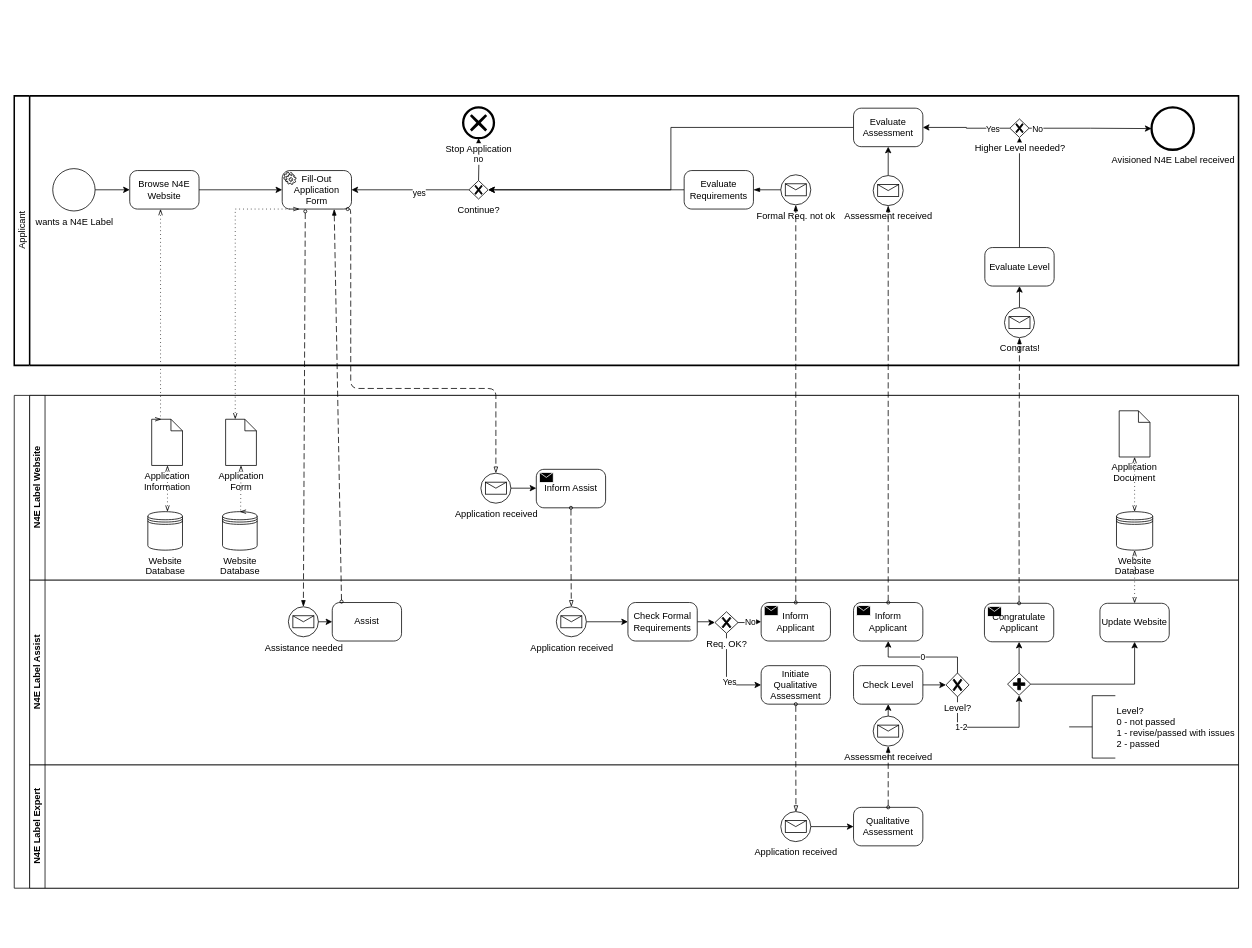
geyslein/NFDI4Earth-Label keeps this draw.io diagram as Application_Workflow.drawio. Above is the earlier version. Source tidied: cells renumbered, new cells numbered last; positions are measured from the earlier drawing's top-left corner, leaving out a move shared by most shapes. Both pictures are drawn from the tidied source at 77%, with x=0, y=0 at pixel (14, 95).
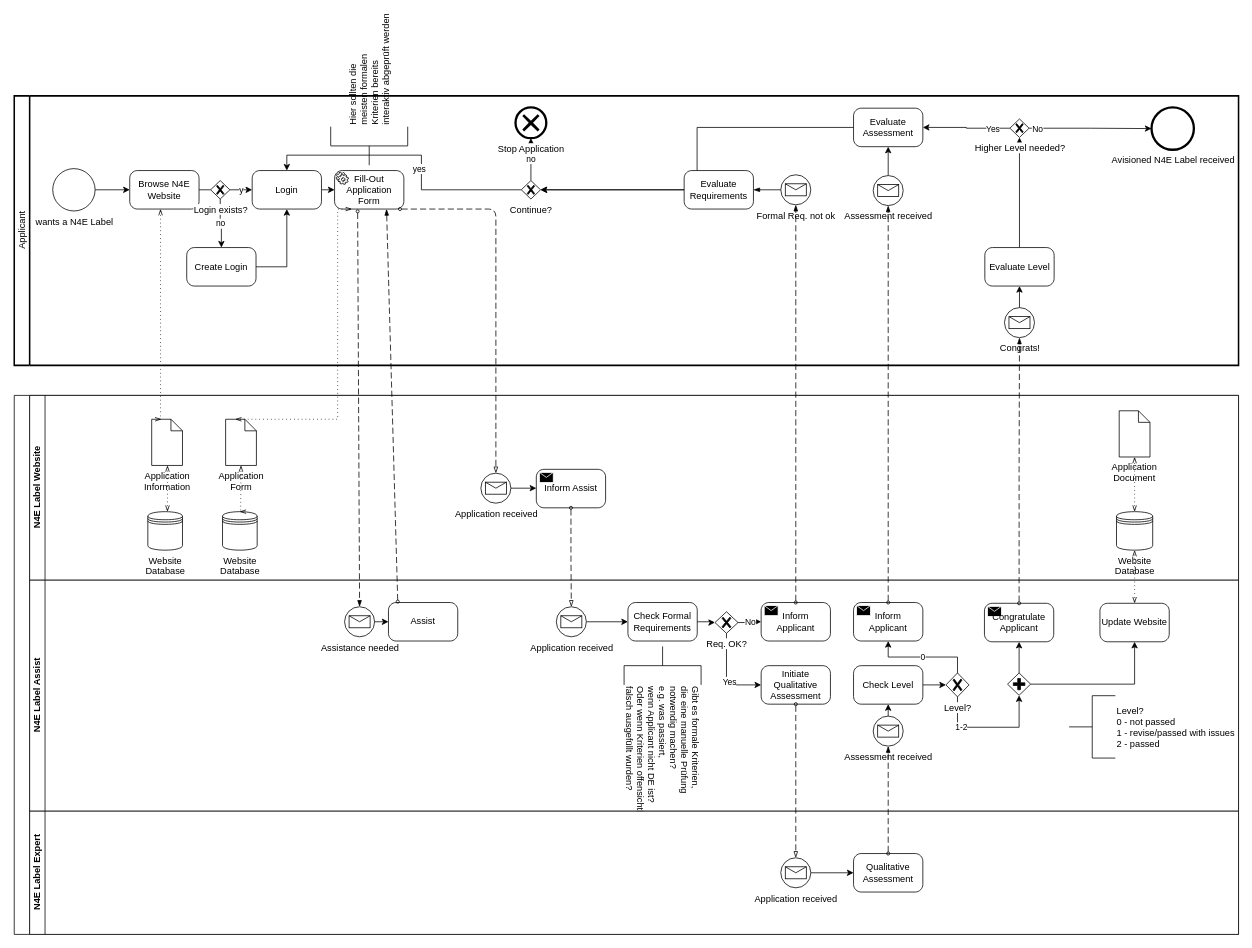
After the change.

The change refers to these unchanged cells:
```xml
<mxCell id="2" value="&lt;div&gt;Applicant&lt;/div&gt;" style="swimlane;html=1;startSize=20;fontStyle=0;horizontal=0;swimlaneLine=1;swimlaneFillColor=#ffffff;strokeWidth=2;" parent="1" vertex="1">
  <mxGeometry width="1590" height="350" as="geometry" />
</mxCell>
<mxCell id="6" value="Browse N4E Website" style="points=[[0.25,0,0],[0.5,0,0],[0.75,0,0],[1,0.25,0],[1,0.5,0],[1,0.75,0],[0.75,1,0],[0.5,1,0],[0.25,1,0],[0,0.75,0],[0,0.5,0],[0,0.25,0]];shape=mxgraph.bpmn.task;whiteSpace=wrap;rectStyle=rounded;size=10;taskMarker=abstract;fillColor=#FFFFFF;" parent="2" vertex="1">
  <mxGeometry x="150" y="97" width="90" height="50" as="geometry" />
</mxCell>
<mxCell id="37" value="Application Form" style="shape=mxgraph.bpmn.data;labelPosition=center;verticalLabelPosition=bottom;align=center;verticalAlign=top;whiteSpace=wrap;size=15;html=1;fillColor=#FFFFFF;" parent="32" vertex="1">
  <mxGeometry x="254.5" y="31" width="40" height="60" as="geometry" />
</mxCell>
<mxCell id="40" value="Application received" style="points=[[0.145,0.145,0],[0.5,0,0],[0.855,0.145,0],[1,0.5,0],[0.855,0.855,0],[0.5,1,0],[0.145,0.855,0],[0,0.5,0]];shape=mxgraph.bpmn.event;html=1;verticalLabelPosition=bottom;labelBackgroundColor=#ffffff;verticalAlign=top;align=center;perimeter=ellipsePerimeter;outlineConnect=0;outline=standard;symbol=message;fontFamily=Helvetica;fontSize=12;fontColor=default;strokeColor=default;fillColor=#FFFFFF;" parent="32" vertex="1">
  <mxGeometry x="586" y="101" width="39" height="39" as="geometry" />
</mxCell>
<mxCell id="58" value="Initiate Qualitative Assessment" style="points=[[0.25,0,0],[0.5,0,0],[0.75,0,0],[1,0.25,0],[1,0.5,0],[1,0.75,0],[0.75,1,0],[0.5,1,0],[0.25,1,0],[0,0.75,0],[0,0.5,0],[0,0.25,0]];shape=mxgraph.bpmn.task;whiteSpace=wrap;rectStyle=rounded;size=10;taskMarker=abstract;fillColor=#FFFFFF;" parent="45" vertex="1">
  <mxGeometry x="950" y="111" width="90" height="50" as="geometry" />
</mxCell>
<mxCell id="76" value="Application received" style="points=[[0.145,0.145,0],[0.5,0,0],[0.855,0.145,0],[1,0.5,0],[0.855,0.855,0],[0.5,1,0],[0.145,0.855,0],[0,0.5,0]];shape=mxgraph.bpmn.event;html=1;verticalLabelPosition=bottom;labelBackgroundColor=#ffffff;verticalAlign=top;align=center;perimeter=ellipsePerimeter;outlineConnect=0;outline=standard;symbol=message;fontFamily=Helvetica;fontSize=12;fontColor=default;strokeColor=default;fillColor=#FFFFFF;" parent="74" vertex="1">
  <mxGeometry x="975.5" y="60.5" width="39" height="39" as="geometry" />
</mxCell>
```

The edit, as a diff of the source:
```diff
@@
-    <mxCell id="5" style="edgeStyle=orthogonalEdgeStyle;rounded=0;jettySize=auto;html=1;entryX=0;entryY=0.5;entryDx=0;entryDy=0;entryPerimeter=0;startArrow=none;exitX=1;exitY=0.5;exitDx=0;exitDy=0;exitPerimeter=0;" parent="2" edge="1" source="6" target="8">
-      <mxGeometry relative="1" as="geometry" />
-    </mxCell>
@@
     <mxCell id="8" value="Fill-Out Application Form" style="points=[[0.25,0,0],[0.5,0,0],[0.75,0,0],[1,0.25,0],[1,0.5,0],[1,0.75,0],[0.75,1,0],[0.5,1,0],[0.25,1,0],[0,0.75,0],[0,0.5,0],[0,0.25,0]];shape=mxgraph.bpmn.task;whiteSpace=wrap;rectStyle=rounded;size=10;taskMarker=service;fontFamily=Helvetica;fontSize=12;fontColor=default;align=center;strokeColor=default;fillColor=#FFFFFF;" parent="2" vertex="1">
-      <mxGeometry x="348" y="97" width="90" height="50" as="geometry" />
+      <mxGeometry x="416" y="97" width="90" height="50" as="geometry" />
     </mxCell>
@@
-    <mxCell id="11" style="edgeStyle=orthogonalEdgeStyle;rounded=0;jettySize=auto;html=1;exitX=0;exitY=0.5;exitDx=0;exitDy=0;exitPerimeter=0;entryX=1;entryY=0.5;entryDx=0;entryDy=0;entryPerimeter=0;" parent="2" edge="1" source="14" target="8">
+    <mxCell id="11" style="edgeStyle=orthogonalEdgeStyle;rounded=0;jettySize=auto;html=1;exitX=0;exitY=0.5;exitDx=0;exitDy=0;exitPerimeter=0;entryX=0.5;entryY=0;entryDx=0;entryDy=0;entryPerimeter=0;" parent="2" edge="1" source="14" target="92">
       <mxGeometry relative="1" as="geometry" />
     </mxCell>
@@
-    <mxCell id="13" value="no" style="edgeStyle=orthogonalEdgeStyle;rounded=0;jettySize=auto;html=1;" parent="2" edge="1" target="15">
-      <mxGeometry relative="1" as="geometry">
-        <mxPoint x="603" y="110" as="sourcePoint" />
-      </mxGeometry>
+    <mxCell id="13" value="no" style="edgeStyle=orthogonalEdgeStyle;rounded=0;jettySize=auto;html=1;exitX=0.5;exitY=0;exitDx=0;exitDy=0;exitPerimeter=0;" parent="2" edge="1" source="14" target="15">
+      <mxGeometry relative="1" as="geometry" />
     </mxCell>
     <mxCell id="14" value="Continue?" style="points=[[0.25,0.25,0],[0.5,0,0],[0.75,0.25,0],[1,0.5,0],[0.75,0.75,0],[0.5,1,0],[0.25,0.75,0],[0,0.5,0]];shape=mxgraph.bpmn.gateway2;html=1;verticalLabelPosition=bottom;labelBackgroundColor=#ffffff;verticalAlign=top;align=center;perimeter=rhombusPerimeter;outlineConnect=0;outline=none;symbol=none;gwType=exclusive;fontFamily=Helvetica;fontSize=12;fontColor=default;strokeColor=default;fillColor=#FFFFFF;" parent="2" vertex="1">
-      <mxGeometry x="590.5" y="110" width="25" height="24" as="geometry" />
+      <mxGeometry x="658.5" y="110" width="25" height="24" as="geometry" />
     </mxCell>
     <mxCell id="15" value="Stop Application" style="points=[[0.145,0.145,0],[0.5,0,0],[0.855,0.145,0],[1,0.5,0],[0.855,0.855,0],[0.5,1,0],[0.145,0.855,0],[0,0.5,0]];shape=mxgraph.bpmn.event;html=1;verticalLabelPosition=bottom;labelBackgroundColor=#ffffff;verticalAlign=top;align=center;perimeter=ellipsePerimeter;outlineConnect=0;outline=end;symbol=cancel;fillColor=#FFFFFF;" parent="2" vertex="1">
-      <mxGeometry x="583" y="15" width="40" height="40" as="geometry" />
+      <mxGeometry x="651" y="15" width="40" height="40" as="geometry" />
     </mxCell>
@@
+    <mxCell id="90" value="&lt;div&gt;Hier sollten die &lt;br&gt;&lt;/div&gt;&lt;div&gt;meisten formalen &lt;br&gt;&lt;/div&gt;&lt;div&gt;Kriterien bereits &lt;br&gt;&lt;/div&gt;&lt;div&gt;interaktiv abgeprüft werden&lt;br&gt;&lt;/div&gt;" style="html=1;shape=mxgraph.flowchart.annotation_2;align=left;labelPosition=right;rotation=-90;direction=east;" parent="2" vertex="1">
+      <mxGeometry x="436" y="15" width="50" height="100" as="geometry" />
+    </mxCell>
+    <mxCell id="91" style="edgeStyle=orthogonalEdgeStyle;rounded=0;jettySize=auto;html=1;exitX=1;exitY=0.5;exitDx=0;exitDy=0;exitPerimeter=0;entryX=0;entryY=0.5;entryDx=0;entryDy=0;entryPerimeter=0;" parent="2" edge="1" source="92" target="8">
+      <mxGeometry relative="1" as="geometry" />
+    </mxCell>
+    <mxCell id="92" value="Login" style="points=[[0.25,0,0],[0.5,0,0],[0.75,0,0],[1,0.25,0],[1,0.5,0],[1,0.75,0],[0.75,1,0],[0.5,1,0],[0.25,1,0],[0,0.75,0],[0,0.5,0],[0,0.25,0]];shape=mxgraph.bpmn.task;whiteSpace=wrap;rectStyle=rounded;size=10;taskMarker=abstract;fillColor=#FFFFFF;" parent="2" vertex="1">
+      <mxGeometry x="309" y="97" width="90" height="50" as="geometry" />
+    </mxCell>
+    <mxCell id="93" value="y" style="edgeStyle=orthogonalEdgeStyle;rounded=0;jettySize=auto;html=1;exitX=1;exitY=0.5;exitDx=0;exitDy=0;exitPerimeter=0;entryX=0;entryY=0.5;entryDx=0;entryDy=0;entryPerimeter=0;" parent="2" edge="1" source="95" target="92">
+      <mxGeometry relative="1" as="geometry" />
+    </mxCell>
+    <mxCell id="94" value="&lt;div&gt;no&lt;/div&gt;" style="edgeStyle=orthogonalEdgeStyle;rounded=0;jettySize=auto;html=1;exitX=0.5;exitY=1;exitDx=0;exitDy=0;exitPerimeter=0;entryX=0.5;entryY=0;entryDx=0;entryDy=0;entryPerimeter=0;" parent="2" edge="1" source="95" target="98">
+      <mxGeometry relative="1" as="geometry" />
+    </mxCell>
+    <mxCell id="95" value="Login exists?" style="points=[[0.25,0.25,0],[0.5,0,0],[0.75,0.25,0],[1,0.5,0],[0.75,0.75,0],[0.5,1,0],[0.25,0.75,0],[0,0.5,0]];shape=mxgraph.bpmn.gateway2;html=1;verticalLabelPosition=bottom;labelBackgroundColor=#ffffff;verticalAlign=top;align=center;perimeter=rhombusPerimeter;outlineConnect=0;outline=none;symbol=none;gwType=exclusive;fontFamily=Helvetica;fontSize=12;fontColor=default;strokeColor=default;fillColor=#FFFFFF;" parent="2" vertex="1">
+      <mxGeometry x="255" y="110" width="25" height="24" as="geometry" />
+    </mxCell>
+    <mxCell id="96" style="edgeStyle=orthogonalEdgeStyle;rounded=0;jettySize=auto;html=1;entryX=0;entryY=0.5;entryDx=0;entryDy=0;entryPerimeter=0;startArrow=none;exitX=1;exitY=0.5;exitDx=0;exitDy=0;exitPerimeter=0;endArrow=none;" parent="2" edge="1" source="6" target="95">
+      <mxGeometry relative="1" as="geometry" />
+    </mxCell>
+    <mxCell id="97" style="edgeStyle=orthogonalEdgeStyle;rounded=0;jettySize=auto;html=1;exitX=1;exitY=0.5;exitDx=0;exitDy=0;exitPerimeter=0;entryX=0.5;entryY=1;entryDx=0;entryDy=0;entryPerimeter=0;" parent="2" edge="1" source="98" target="92">
+      <mxGeometry relative="1" as="geometry" />
+    </mxCell>
+    <mxCell id="98" value="Create Login" style="points=[[0.25,0,0],[0.5,0,0],[0.75,0,0],[1,0.25,0],[1,0.5,0],[1,0.75,0],[0.75,1,0],[0.5,1,0],[0.25,1,0],[0,0.75,0],[0,0.5,0],[0,0.25,0]];shape=mxgraph.bpmn.task;whiteSpace=wrap;rectStyle=rounded;size=10;taskMarker=abstract;fillColor=#FFFFFF;" parent="2" vertex="1">
+      <mxGeometry x="224" y="197" width="90" height="50" as="geometry" />
+    </mxCell>
     <mxCell id="31" style="swimlane;html=1;horizontal=0;startSize=20;fillColor=#FFFFFF;" parent="1" vertex="1">
-      <mxGeometry y="389" width="1590" height="640" as="geometry" />
+      <mxGeometry y="389" width="1590" height="700" as="geometry" />
     </mxCell>
@@
     <mxCell id="45" value="&lt;div&gt;N4E Label Assist&lt;/div&gt;" style="swimlane;html=1;startSize=20;horizontal=0;swimlaneFillColor=#FFFFFF;" parent="31" vertex="1">
-      <mxGeometry x="20" y="240" width="1570" height="240" as="geometry" />
+      <mxGeometry x="20" y="240" width="1570" height="300" as="geometry" />
     </mxCell>
@@
     <mxCell id="48" value="Assistance needed" style="points=[[0.145,0.145,0],[0.5,0,0],[0.855,0.145,0],[1,0.5,0],[0.855,0.855,0],[0.5,1,0],[0.145,0.855,0],[0,0.5,0]];shape=mxgraph.bpmn.event;html=1;verticalLabelPosition=bottom;labelBackgroundColor=#ffffff;verticalAlign=top;align=center;perimeter=ellipsePerimeter;outlineConnect=0;outline=standard;symbol=message;fontFamily=Helvetica;fontSize=12;fontColor=default;strokeColor=default;fillColor=#FFFFFF;" parent="45" vertex="1">
-      <mxGeometry x="336" y="34.5" width="39" height="39" as="geometry" />
+      <mxGeometry x="409" y="34.5" width="39" height="39" as="geometry" />
     </mxCell>
     <mxCell id="49" value="Assist" style="points=[[0.25,0,0],[0.5,0,0],[0.75,0,0],[1,0.25,0],[1,0.5,0],[1,0.75,0],[0.75,1,0],[0.5,1,0],[0.25,1,0],[0,0.75,0],[0,0.5,0],[0,0.25,0]];shape=mxgraph.bpmn.task;whiteSpace=wrap;rectStyle=rounded;size=10;taskMarker=abstract;fillColor=#FFFFFF;" parent="45" vertex="1">
-      <mxGeometry x="393" y="29" width="90" height="50" as="geometry" />
+      <mxGeometry x="466" y="29" width="90" height="50" as="geometry" />
     </mxCell>
@@
+    <mxCell id="99" value="&lt;div&gt;Gibt es formale Kriterien,&lt;/div&gt;&lt;div&gt;die eine manuelle Prüfung &lt;br&gt;&lt;/div&gt;&lt;div&gt;notwendig machen?&lt;/div&gt;&lt;div&gt;e.g. was passiert, &lt;br&gt;&lt;/div&gt;&lt;div&gt;wenn Applicant nicht DE ist? &lt;br&gt;&lt;/div&gt;&lt;div&gt;Oder wenn Kriterien offensichtlich&lt;/div&gt;&lt;div&gt;falsch ausgefüllt wurden?&lt;br&gt;&lt;/div&gt;" style="html=1;shape=mxgraph.flowchart.annotation_2;align=left;labelPosition=right;rotation=90;" parent="45" vertex="1">
+      <mxGeometry x="797" y="61" width="50" height="100" as="geometry" />
+    </mxCell>
     <mxCell id="74" value="&lt;div&gt;N4E Label Expert&lt;br&gt;&lt;/div&gt;" style="swimlane;html=1;startSize=20;horizontal=0;fillColor=#FFFFFF;swimlaneFillColor=#FFFFFF;" parent="31" vertex="1">
-      <mxGeometry x="20" y="480" width="1570" height="160" as="geometry" />
+      <mxGeometry x="20" y="540" width="1570" height="160" as="geometry" />
     </mxCell>
@@
+    <mxCell id="86" style="endArrow=blockThin;html=1;labelPosition=left;verticalLabelPosition=middle;align=center;verticalAlign=middle;dashed=1;dashPattern=8 4;endFill=0;startArrow=oval;startFill=0;endSize=6;startSize=4;fontFamily=Helvetica;fontSize=11;fontColor=default;strokeColor=default;edgeStyle=orthogonalEdgeStyle;entryX=0.5;entryY=0;entryDx=0;entryDy=0;entryPerimeter=0;" parent="31" edge="1" source="58" target="76">
+      <mxGeometry relative="1" as="geometry" />
+    </mxCell>
@@
     <mxCell id="82" style="endArrow=blockThin;html=1;labelPosition=left;verticalLabelPosition=middle;align=center;verticalAlign=middle;dashed=1;dashPattern=8 4;endFill=0;startArrow=oval;startFill=0;endSize=6;startSize=4;fontFamily=Helvetica;fontSize=11;fontColor=default;strokeColor=default;edgeStyle=orthogonalEdgeStyle;entryX=0.5;entryY=0;entryDx=0;entryDy=0;entryPerimeter=0;exitX=0.944;exitY=1;exitDx=0;exitDy=0;exitPerimeter=0;" parent="1" edge="1" source="8" target="40">
       <mxGeometry relative="1" as="geometry">
         <Array as="points">
-          <mxPoint x="437" y="147" />
-          <mxPoint x="437" y="380" />
-          <mxPoint x="626" y="380" />
+          <mxPoint x="625" y="147" />
         </Array>
       </mxGeometry>
     </mxCell>
@@
-    <mxCell id="86" style="endArrow=blockThin;html=1;labelPosition=left;verticalLabelPosition=middle;align=center;verticalAlign=middle;dashed=1;dashPattern=8 4;endFill=0;startArrow=oval;startFill=0;endSize=6;startSize=4;fontFamily=Helvetica;fontSize=11;fontColor=default;strokeColor=default;edgeStyle=orthogonalEdgeStyle;" parent="1" edge="1" source="58">
-      <mxGeometry relative="1" as="geometry">
-        <mxPoint x="1015.2" y="930" as="targetPoint" />
-      </mxGeometry>
-    </mxCell>
@@
     <mxCell id="89" style="edgeStyle=elbowEdgeStyle;fontSize=12;html=1;endFill=0;startFill=0;endSize=6;startSize=6;dashed=1;dashPattern=1 4;endArrow=openThin;startArrow=openThin;rounded=0;exitX=0.25;exitY=1;exitDx=0;exitDy=0;exitPerimeter=0;entryX=0;entryY=0;entryDx=12.5;entryDy=0;entryPerimeter=0;" parent="1" edge="1" source="8" target="37">
       <mxGeometry relative="1" as="geometry">
         <Array as="points">
-          <mxPoint x="287" y="290" />
+          <mxPoint x="420" y="280" />
         </Array>
       </mxGeometry>
     </mxCell>
```
